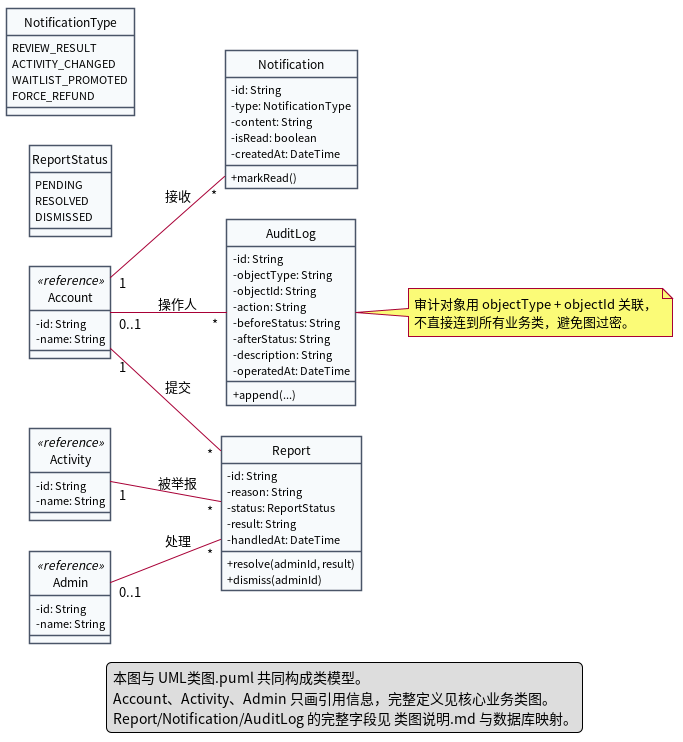
Earlier version of the PlantUML export lab2/UML/UML类图_治理.png (Lewis-44-China/se-lab1-requirements).
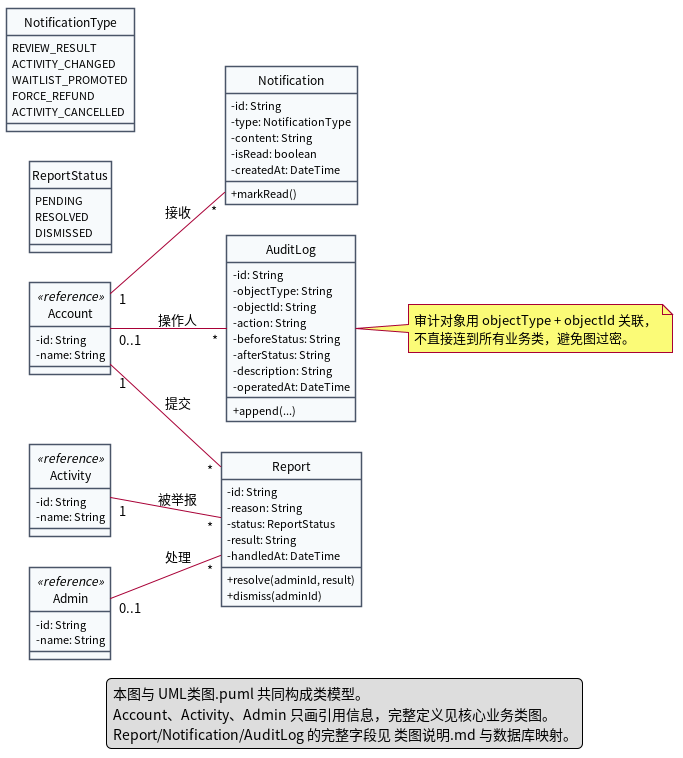
After the commit.

Change to the diagram source:
```diff
@@ -63,6 +63,7 @@
   ACTIVITY_CHANGED
   WAITLIST_PROMOTED
   FORCE_REFUND
+  ACTIVITY_CANCELLED
 }
 
 Account "1" -- "*" Report : 提交
```
